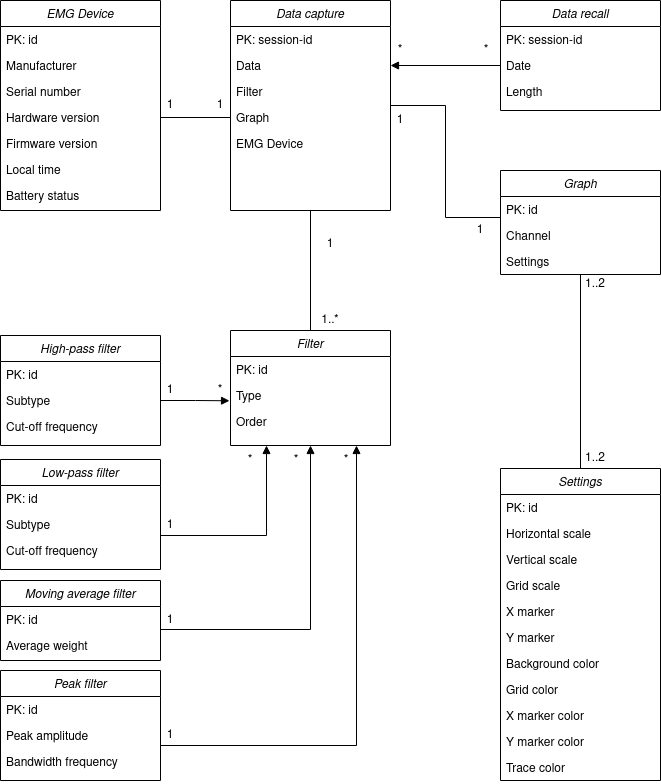
Before: images/Project Data Classes.png, a diagram exported from draw.io (gmarato/3rq3-softreq). Source tidied: cells renumbered, new cells last; positions are measured from the earlier drawing's top-left corner, leaving out a move shared by most shapes.
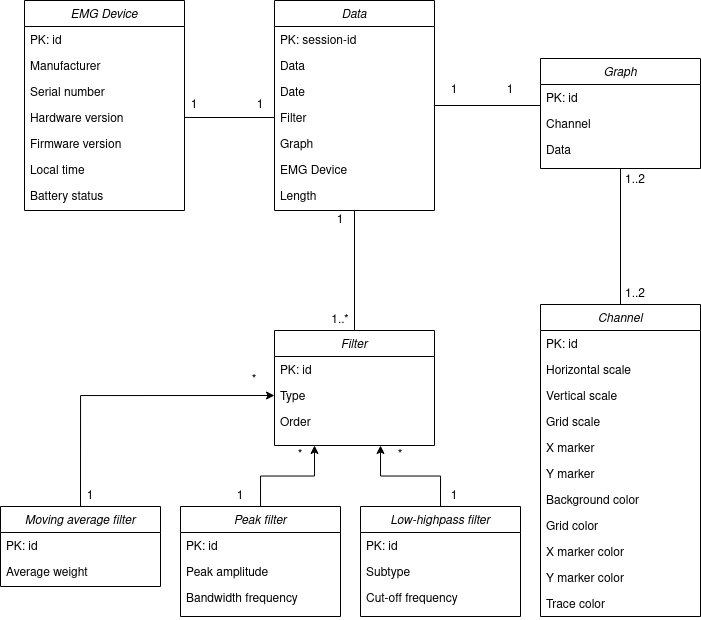
The same file after the commit.

What changed in the source:
```diff
@@ -3,7 +3,7 @@
     <mxCell id="0" />
     <mxCell id="1" parent="0" />
     <mxCell id="2" value="Graph" style="swimlane;fontStyle=2;align=center;verticalAlign=top;horizontal=1;startSize=26;rounded=0;shadow=0;strokeWidth=1;" parent="1" vertex="1">
-      <mxGeometry x="500" y="170" width="160" height="104" as="geometry" />
+      <mxGeometry x="516" y="58" width="160" height="110" as="geometry" />
     </mxCell>
     <mxCell id="3" value="PK: id" style="text;align=left;verticalAlign=top;spacingLeft=4;spacingRight=4;overflow=hidden;" parent="2" vertex="1">
       <mxGeometry y="26" width="160" height="26" as="geometry" />
@@ -11,9 +11,9 @@
     <mxCell id="4" value="Channel" style="text;align=left;verticalAlign=top;spacingLeft=4;spacingRight=4;overflow=hidden;points=[[0,0.5],[1,0.5]];portConstraint=eastwest;rounded=0;shadow=0;html=0;" parent="2" vertex="1">
       <mxGeometry y="52" width="160" height="26" as="geometry" />
     </mxCell>
-    <mxCell id="5" value="Settings" style="text;align=left;verticalAlign=top;spacingLeft=4;spacingRight=4;overflow=hidden;rounded=0;shadow=0;html=0;" parent="2" vertex="1">
-      <mxGeometry y="78" width="160" height="26" as="geometry" />
-    </mxCell>
+    <mxCell id="83" value="Data" style="text;align=left;verticalAlign=top;spacingLeft=4;spacingRight=4;overflow=hidden;rounded=0;shadow=0;html=0;" parent="2" vertex="1">
+      <mxGeometry y="78" width="160" height="26" as="geometry" />
+    </mxCell>
     <mxCell id="6" value="EMG Device" style="swimlane;fontStyle=2;align=center;verticalAlign=top;horizontal=1;startSize=26;rounded=0;shadow=0;strokeWidth=1;" parent="1" vertex="1">
       <mxGeometry width="160" height="210" as="geometry" />
     </mxCell>
@@ -41,8 +41,8 @@
     <mxCell id="14" style="edgeStyle=orthogonalEdgeStyle;rounded=0;jettySize=auto;html=1;exitX=1;exitY=0.5;exitDx=0;exitDy=0;entryX=0;entryY=-0.192;entryDx=0;entryDy=0;entryPerimeter=0;endArrow=none;endFill=0;" parent="1" edge="1" source="15" target="4">
       <mxGeometry relative="1" as="geometry" />
     </mxCell>
-    <mxCell id="15" value="Data capture" style="swimlane;fontStyle=2;align=center;verticalAlign=top;horizontal=1;startSize=26;rounded=0;shadow=0;strokeWidth=1;" parent="1" vertex="1">
-      <mxGeometry x="230" width="160" height="210" as="geometry" />
+    <mxCell id="15" value="Data" style="swimlane;fontStyle=2;align=center;verticalAlign=top;horizontal=1;startSize=26;rounded=0;shadow=0;strokeWidth=1;" parent="1" vertex="1">
+      <mxGeometry x="250" width="160" height="210" as="geometry" />
     </mxCell>
     <mxCell id="16" value="PK: session-id" style="text;align=left;verticalAlign=top;spacingLeft=4;spacingRight=4;overflow=hidden;" parent="15" vertex="1">
       <mxGeometry y="26" width="160" height="26" as="geometry" />
@@ -50,20 +50,26 @@
     <mxCell id="17" value="Data" style="text;align=left;verticalAlign=top;spacingLeft=4;spacingRight=4;overflow=hidden;rounded=0;shadow=0;html=0;" parent="15" vertex="1">
       <mxGeometry y="52" width="160" height="26" as="geometry" />
     </mxCell>
+    <mxCell id="77" value="Date" style="text;align=left;verticalAlign=top;spacingLeft=4;spacingRight=4;overflow=hidden;points=[[0,0.5],[1,0.5]];portConstraint=eastwest;rounded=0;shadow=0;html=0;" parent="15" vertex="1">
+      <mxGeometry y="78" width="160" height="26" as="geometry" />
+    </mxCell>
     <mxCell id="18" value="Filter" style="text;align=left;verticalAlign=top;spacingLeft=4;spacingRight=4;overflow=hidden;points=[[0,0.5],[1,0.5]];portConstraint=eastwest;rounded=0;shadow=0;html=0;" parent="15" vertex="1">
-      <mxGeometry y="78" width="160" height="26" as="geometry" />
+      <mxGeometry y="104" width="160" height="26" as="geometry" />
     </mxCell>
     <mxCell id="19" value="Graph" style="text;align=left;verticalAlign=top;spacingLeft=4;spacingRight=4;overflow=hidden;points=[[0,0.5],[1,0.5]];portConstraint=eastwest;rounded=0;shadow=0;html=0;" parent="15" vertex="1">
-      <mxGeometry y="104" width="160" height="26" as="geometry" />
+      <mxGeometry y="130" width="160" height="26" as="geometry" />
     </mxCell>
     <mxCell id="20" value="EMG Device" style="text;align=left;verticalAlign=top;spacingLeft=4;spacingRight=4;overflow=hidden;rounded=0;shadow=0;html=0;" parent="15" vertex="1">
-      <mxGeometry y="130" width="160" height="26" as="geometry" />
+      <mxGeometry y="156" width="160" height="26" as="geometry" />
     </mxCell>
+    <mxCell id="78" value="Length" style="text;align=left;verticalAlign=top;spacingLeft=4;spacingRight=4;overflow=hidden;rounded=0;shadow=0;html=0;" parent="15" vertex="1">
+      <mxGeometry y="182" width="160" height="26" as="geometry" />
+    </mxCell>
     <mxCell id="21" style="edgeStyle=orthogonalEdgeStyle;rounded=0;jettySize=auto;html=1;exitX=0.5;exitY=0;exitDx=0;exitDy=0;entryX=0.5;entryY=1;entryDx=0;entryDy=0;endArrow=none;endFill=0;" parent="1" edge="1" source="22" target="15">
       <mxGeometry relative="1" as="geometry" />
     </mxCell>
     <mxCell id="22" value="Filter" style="swimlane;fontStyle=2;align=center;verticalAlign=top;horizontal=1;startSize=26;rounded=0;shadow=0;strokeWidth=1;" parent="1" vertex="1">
-      <mxGeometry x="230" y="330" width="160" height="115" as="geometry" />
+      <mxGeometry x="250" y="330" width="160" height="115" as="geometry" />
     </mxCell>
     <mxCell id="23" value="PK: id" style="text;align=left;verticalAlign=top;spacingLeft=4;spacingRight=4;overflow=hidden;" parent="22" vertex="1">
       <mxGeometry y="26" width="160" height="26" as="geometry" />
@@ -74,20 +80,13 @@
     <mxCell id="25" value="Order" style="text;align=left;verticalAlign=top;spacingLeft=4;spacingRight=4;overflow=hidden;rounded=0;shadow=0;html=0;" parent="22" vertex="1">
       <mxGeometry y="78" width="160" height="26" as="geometry" />
     </mxCell>
-    <mxCell id="26" value="Low-pass filter" style="swimlane;fontStyle=2;align=center;verticalAlign=top;horizontal=1;startSize=26;rounded=0;shadow=0;strokeWidth=1;" parent="1" vertex="1">
-      <mxGeometry y="459" width="160" height="110" as="geometry" />
-    </mxCell>
-    <mxCell id="27" value="PK: id" style="text;align=left;verticalAlign=top;spacingLeft=4;spacingRight=4;overflow=hidden;" parent="26" vertex="1">
-      <mxGeometry y="26" width="160" height="26" as="geometry" />
-    </mxCell>
-    <mxCell id="28" value="Subtype" style="text;align=left;verticalAlign=top;spacingLeft=4;spacingRight=4;overflow=hidden;points=[[0,0.5],[1,0.5]];portConstraint=eastwest;rounded=0;shadow=0;html=0;" parent="26" vertex="1">
-      <mxGeometry y="52" width="160" height="26" as="geometry" />
-    </mxCell>
-    <mxCell id="29" value="Cut-off frequency" style="text;align=left;verticalAlign=top;spacingLeft=4;spacingRight=4;overflow=hidden;rounded=0;shadow=0;html=0;" parent="26" vertex="1">
-      <mxGeometry y="78" width="160" height="26" as="geometry" />
-    </mxCell>
+    <mxCell id="84" style="edgeStyle=orthogonalEdgeStyle;rounded=0;jettySize=auto;html=1;exitX=0.5;exitY=0;exitDx=0;exitDy=0;endArrow=classic;endFill=1;" parent="1" edge="1" source="30">
+      <mxGeometry relative="1" as="geometry">
+        <mxPoint x="356" y="445" as="targetPoint" />
+      </mxGeometry>
+    </mxCell>
-    <mxCell id="30" value="High-pass filter" style="swimlane;fontStyle=2;align=center;verticalAlign=top;horizontal=1;startSize=26;rounded=0;shadow=0;strokeWidth=1;" parent="1" vertex="1">
-      <mxGeometry y="335" width="160" height="110" as="geometry" />
+    <mxCell id="30" value="Low-highpass filter" style="swimlane;fontStyle=2;align=center;verticalAlign=top;horizontal=1;startSize=26;rounded=0;shadow=0;strokeWidth=1;" parent="1" vertex="1">
+      <mxGeometry x="336" y="506" width="160" height="110" as="geometry" />
     </mxCell>
     <mxCell id="31" value="PK: id" style="text;align=left;verticalAlign=top;spacingLeft=4;spacingRight=4;overflow=hidden;" parent="30" vertex="1">
       <mxGeometry y="26" width="160" height="26" as="geometry" />
@@ -98,8 +97,11 @@
     <mxCell id="33" value="Cut-off frequency" style="text;align=left;verticalAlign=top;spacingLeft=4;spacingRight=4;overflow=hidden;rounded=0;shadow=0;html=0;" parent="30" vertex="1">
       <mxGeometry y="78" width="160" height="26" as="geometry" />
     </mxCell>
+    <mxCell id="85" style="edgeStyle=orthogonalEdgeStyle;rounded=0;jettySize=auto;html=1;exitX=0.5;exitY=0;exitDx=0;exitDy=0;entryX=0.25;entryY=1;entryDx=0;entryDy=0;endArrow=classic;endFill=1;" parent="1" edge="1" source="34" target="22">
+      <mxGeometry relative="1" as="geometry" />
+    </mxCell>
     <mxCell id="34" value="Peak filter" style="swimlane;fontStyle=2;align=center;verticalAlign=top;horizontal=1;startSize=26;rounded=0;shadow=0;strokeWidth=1;" parent="1" vertex="1">
-      <mxGeometry y="670" width="160" height="110" as="geometry" />
+      <mxGeometry x="156" y="506" width="160" height="110" as="geometry" />
     </mxCell>
     <mxCell id="35" value="PK: id" style="text;align=left;verticalAlign=top;spacingLeft=4;spacingRight=4;overflow=hidden;" parent="34" vertex="1">
       <mxGeometry y="26" width="160" height="26" as="geometry" />
@@ -110,8 +112,11 @@
     <mxCell id="37" value="Bandwidth frequency" style="text;align=left;verticalAlign=top;spacingLeft=4;spacingRight=4;overflow=hidden;rounded=0;shadow=0;html=0;" parent="34" vertex="1">
       <mxGeometry y="78" width="160" height="26" as="geometry" />
     </mxCell>
+    <mxCell id="86" style="edgeStyle=orthogonalEdgeStyle;rounded=0;jettySize=auto;html=1;exitX=0.5;exitY=0;exitDx=0;exitDy=0;entryX=0;entryY=0.5;entryDx=0;entryDy=0;endArrow=classic;endFill=1;" parent="1" edge="1" source="38" target="24">
+      <mxGeometry relative="1" as="geometry" />
+    </mxCell>
     <mxCell id="38" value="Moving average filter" style="swimlane;fontStyle=2;align=center;verticalAlign=top;horizontal=1;startSize=26;rounded=0;shadow=0;strokeWidth=1;" parent="1" vertex="1">
-      <mxGeometry y="580" width="160" height="80" as="geometry" />
+      <mxGeometry x="-24" y="506" width="160" height="80" as="geometry" />
     </mxCell>
     <mxCell id="39" value="PK: id" style="text;align=left;verticalAlign=top;spacingLeft=4;spacingRight=4;overflow=hidden;points=[[0,0.5],[1,0.5]];portConstraint=eastwest;" parent="38" vertex="1">
       <mxGeometry y="26" width="160" height="26" as="geometry" />
@@ -119,16 +124,11 @@
     <mxCell id="40" value="Average weight" style="text;align=left;verticalAlign=top;spacingLeft=4;spacingRight=4;overflow=hidden;rounded=0;shadow=0;html=0;" parent="38" vertex="1">
       <mxGeometry y="52" width="160" height="26" as="geometry" />
     </mxCell>
-    <mxCell id="41" style="edgeStyle=orthogonalEdgeStyle;rounded=0;jettySize=auto;html=1;exitX=0.5;exitY=0;exitDx=0;exitDy=0;entryX=0.5;entryY=1;entryDx=0;entryDy=0;endArrow=none;endFill=0;" parent="1" edge="1" target="2">
-      <mxGeometry relative="1" as="geometry">
-        <mxPoint x="580" y="330" as="sourcePoint" />
-      </mxGeometry>
-    </mxCell>
-    <mxCell id="42" style="edgeStyle=orthogonalEdgeStyle;rounded=0;jettySize=auto;html=1;exitX=0.5;exitY=0;exitDx=0;exitDy=0;entryX=0;entryY=1;entryDx=0;entryDy=0;endArrow=none;endFill=0;" parent="1" edge="1" source="43" target="59">
-      <mxGeometry relative="1" as="geometry" />
-    </mxCell>
+    <mxCell id="87" style="edgeStyle=orthogonalEdgeStyle;rounded=0;jettySize=auto;html=1;exitX=0.5;exitY=0;exitDx=0;exitDy=0;entryX=0.5;entryY=1;entryDx=0;entryDy=0;endArrow=none;endFill=0;" parent="1" edge="1" source="43" target="2">
+      <mxGeometry relative="1" as="geometry" />
+    </mxCell>
-    <mxCell id="43" value="Settings" style="swimlane;fontStyle=2;align=center;verticalAlign=top;horizontal=1;startSize=26;rounded=0;shadow=0;strokeWidth=1;" parent="1" vertex="1">
-      <mxGeometry x="500" y="468" width="160" height="312" as="geometry" />
+    <mxCell id="43" value="Channel" style="swimlane;fontStyle=2;align=center;verticalAlign=top;horizontal=1;startSize=26;rounded=0;shadow=0;strokeWidth=1;" parent="1" vertex="1">
+      <mxGeometry x="516" y="304" width="160" height="312" as="geometry" />
     </mxCell>
     <mxCell id="44" value="PK: id" style="text;align=left;verticalAlign=top;spacingLeft=4;spacingRight=4;overflow=hidden;" parent="43" vertex="1">
       <mxGeometry y="26" width="160" height="26" as="geometry" />
@@ -167,109 +167,46 @@
       <mxGeometry x="150" y="95" width="40" height="20" as="geometry" />
     </mxCell>
     <mxCell id="56" value="1" style="text;html=1;strokeColor=none;fillColor=none;align=center;verticalAlign=middle;whiteSpace=wrap;rounded=0;" parent="1" vertex="1">
-      <mxGeometry x="200" y="95" width="40" height="20" as="geometry" />
+      <mxGeometry x="216" y="95" width="40" height="20" as="geometry" />
     </mxCell>
     <mxCell id="57" value="1" style="text;html=1;strokeColor=none;fillColor=none;align=center;verticalAlign=middle;whiteSpace=wrap;rounded=0;" parent="1" vertex="1">
-      <mxGeometry x="380" y="110" width="40" height="20" as="geometry" />
+      <mxGeometry x="410" y="80" width="40" height="20" as="geometry" />
     </mxCell>
-    <mxCell id="58" value="1" style="text;html=1;strokeColor=none;fillColor=none;align=center;verticalAlign=middle;whiteSpace=wrap;rounded=0;" parent="1" vertex="1">
-      <mxGeometry x="460" y="220" width="40" height="20" as="geometry" />
-    </mxCell>
     <mxCell id="59" value="1..2" style="text;html=1;strokeColor=none;fillColor=none;align=center;verticalAlign=middle;whiteSpace=wrap;rounded=0;" parent="1" vertex="1">
-      <mxGeometry x="580" y="274" width="30" height="20" as="geometry" />
+      <mxGeometry x="596" y="284" width="30" height="20" as="geometry" />
     </mxCell>
     <mxCell id="60" value="1..2" style="text;html=1;strokeColor=none;fillColor=none;align=center;verticalAlign=middle;whiteSpace=wrap;rounded=0;" parent="1" vertex="1">
-      <mxGeometry x="575" y="448" width="40" height="20" as="geometry" />
+      <mxGeometry x="591" y="170" width="40" height="20" as="geometry" />
     </mxCell>
     <mxCell id="61" value="1" style="text;html=1;strokeColor=none;fillColor=none;align=center;verticalAlign=middle;whiteSpace=wrap;rounded=0;" parent="1" vertex="1">
-      <mxGeometry x="310" y="234" width="40" height="20" as="geometry" />
+      <mxGeometry x="296" y="210" width="40" height="20" as="geometry" />
     </mxCell>
     <mxCell id="62" value="1..*" style="text;html=1;strokeColor=none;fillColor=none;align=center;verticalAlign=middle;whiteSpace=wrap;rounded=0;" parent="1" vertex="1">
-      <mxGeometry x="310" y="310" width="40" height="20" as="geometry" />
+      <mxGeometry x="296" y="310" width="40" height="20" as="geometry" />
     </mxCell>
-    <mxCell id="63" style="edgeStyle=orthogonalEdgeStyle;rounded=0;jettySize=auto;html=1;exitX=1;exitY=0.5;exitDx=0;exitDy=0;entryX=-0.006;entryY=0.703;entryDx=0;entryDy=0;entryPerimeter=0;endArrow=block;endFill=1;" parent="1" edge="1" source="32" target="24">
-      <mxGeometry relative="1" as="geometry">
-        <Array as="points">
-          <mxPoint x="195" y="400" />
-        </Array>
-      </mxGeometry>
-    </mxCell>
-    <mxCell id="64" style="edgeStyle=orthogonalEdgeStyle;rounded=0;jettySize=auto;html=1;exitX=1;exitY=0.5;exitDx=0;exitDy=0;endArrow=block;endFill=1;" parent="1" edge="1" source="28">
-      <mxGeometry relative="1" as="geometry">
-        <mxPoint x="266" y="445" as="targetPoint" />
-        <Array as="points">
-          <mxPoint x="266" y="535" />
-          <mxPoint x="266" y="445" />
-        </Array>
-      </mxGeometry>
-    </mxCell>
-    <mxCell id="65" style="edgeStyle=orthogonalEdgeStyle;rounded=0;jettySize=auto;html=1;exitX=1;exitY=0.5;exitDx=0;exitDy=0;endArrow=block;endFill=1;" parent="1" edge="1" source="39">
-      <mxGeometry relative="1" as="geometry">
-        <mxPoint x="310" y="445" as="targetPoint" />
-        <Array as="points">
-          <mxPoint x="310" y="629" />
-          <mxPoint x="310" y="445" />
-        </Array>
-      </mxGeometry>
-    </mxCell>
-    <mxCell id="66" style="edgeStyle=orthogonalEdgeStyle;rounded=0;jettySize=auto;html=1;exitX=1;exitY=0.5;exitDx=0;exitDy=0;endArrow=block;endFill=1;" parent="1" edge="1" source="36">
-      <mxGeometry relative="1" as="geometry">
-        <mxPoint x="356" y="445" as="targetPoint" />
-        <Array as="points">
-          <mxPoint x="356" y="745" />
-          <mxPoint x="356" y="445" />
-        </Array>
-      </mxGeometry>
-    </mxCell>
     <mxCell id="67" value="1" style="text;html=1;strokeColor=none;fillColor=none;align=center;verticalAlign=middle;whiteSpace=wrap;rounded=0;" parent="1" vertex="1">
-      <mxGeometry x="150" y="380" width="40" height="20" as="geometry" />
+      <mxGeometry x="410" y="486" width="40" height="20" as="geometry" />
     </mxCell>
     <mxCell id="68" value="*" style="text;html=1;strokeColor=none;fillColor=none;align=center;verticalAlign=middle;whiteSpace=wrap;rounded=0;" parent="1" vertex="1">
-      <mxGeometry x="200" y="380" width="40" height="20" as="geometry" />
+      <mxGeometry x="356" y="445" width="40" height="20" as="geometry" />
     </mxCell>
-    <mxCell id="69" value="1" style="text;html=1;strokeColor=none;fillColor=none;align=center;verticalAlign=middle;whiteSpace=wrap;rounded=0;" parent="1" vertex="1">
-      <mxGeometry x="150" y="515" width="40" height="20" as="geometry" />
-    </mxCell>
-    <mxCell id="70" value="*" style="text;html=1;strokeColor=none;fillColor=none;align=center;verticalAlign=middle;whiteSpace=wrap;rounded=0;" parent="1" vertex="1">
-      <mxGeometry x="230" y="450" width="40" height="20" as="geometry" />
-    </mxCell>
-    <mxCell id="71" value="*" style="text;html=1;strokeColor=none;fillColor=none;align=center;verticalAlign=middle;whiteSpace=wrap;rounded=0;" parent="1" vertex="1">
-      <mxGeometry x="276" y="450" width="40" height="20" as="geometry" />
-    </mxCell>
-    <mxCell id="72" value="*" style="text;html=1;strokeColor=none;fillColor=none;align=center;verticalAlign=middle;whiteSpace=wrap;rounded=0;" parent="1" vertex="1">
-      <mxGeometry x="326" y="450" width="40" height="20" as="geometry" />
-    </mxCell>
-    <mxCell id="73" value="1" style="text;html=1;strokeColor=none;fillColor=none;align=center;verticalAlign=middle;whiteSpace=wrap;rounded=0;" parent="1" vertex="1">
-      <mxGeometry x="150" y="610" width="40" height="20" as="geometry" />
-    </mxCell>
-    <mxCell id="74" value="1" style="text;html=1;strokeColor=none;fillColor=none;align=center;verticalAlign=middle;whiteSpace=wrap;rounded=0;" parent="1" vertex="1">
-      <mxGeometry x="150" y="725" width="40" height="20" as="geometry" />
-    </mxCell>
-    <mxCell id="75" value="Data recall" style="swimlane;fontStyle=2;align=center;verticalAlign=top;horizontal=1;startSize=26;rounded=0;shadow=0;strokeWidth=1;" parent="1" vertex="1">
-      <mxGeometry x="500" width="160" height="110" as="geometry" />
-    </mxCell>
-    <mxCell id="76" value="PK: session-id" style="text;align=left;verticalAlign=top;spacingLeft=4;spacingRight=4;overflow=hidden;" parent="75" vertex="1">
-      <mxGeometry y="26" width="160" height="26" as="geometry" />
-    </mxCell>
-    <mxCell id="77" value="Date" style="text;align=left;verticalAlign=top;spacingLeft=4;spacingRight=4;overflow=hidden;points=[[0,0.5],[1,0.5]];portConstraint=eastwest;rounded=0;shadow=0;html=0;" parent="75" vertex="1">
-      <mxGeometry y="52" width="160" height="26" as="geometry" />
-    </mxCell>
-    <mxCell id="78" value="Length" style="text;align=left;verticalAlign=top;spacingLeft=4;spacingRight=4;overflow=hidden;rounded=0;shadow=0;html=0;" parent="75" vertex="1">
-      <mxGeometry y="78" width="160" height="26" as="geometry" />
-    </mxCell>
-    <mxCell id="79" style="edgeStyle=orthogonalEdgeStyle;rounded=0;jettySize=auto;html=1;exitX=0;exitY=0.5;exitDx=0;exitDy=0;startArrow=none;startFill=0;endArrow=block;endFill=1;" parent="1" edge="1" source="77">
-      <mxGeometry relative="1" as="geometry">
-        <mxPoint x="390" y="65" as="targetPoint" />
-      </mxGeometry>
-    </mxCell>
-    <mxCell id="80" style="edgeStyle=orthogonalEdgeStyle;rounded=0;jettySize=auto;html=1;exitX=1;exitY=0.5;exitDx=0;exitDy=0;entryX=0;entryY=0.5;entryDx=0;entryDy=0;startArrow=none;startFill=0;endArrow=none;endFill=0;" parent="1" edge="1" source="10" target="19">
-      <mxGeometry relative="1" as="geometry" />
-    </mxCell>
-    <mxCell id="81" value="*" style="text;html=1;strokeColor=none;fillColor=none;align=center;verticalAlign=middle;whiteSpace=wrap;rounded=0;" parent="1" vertex="1">
-      <mxGeometry x="380" y="40" width="40" height="20" as="geometry" />
-    </mxCell>
-    <mxCell id="82" value="*" style="text;html=1;strokeColor=none;fillColor=none;align=center;verticalAlign=middle;whiteSpace=wrap;rounded=0;" parent="1" vertex="1">
-      <mxGeometry x="466" y="40" width="40" height="20" as="geometry" />
-    </mxCell>
+    <mxCell id="88" value="1" style="text;html=1;strokeColor=none;fillColor=none;align=center;verticalAlign=middle;whiteSpace=wrap;rounded=0;" parent="1" vertex="1">
+      <mxGeometry x="466" y="80" width="40" height="20" as="geometry" />
+    </mxCell>
+    <mxCell id="89" style="edgeStyle=orthogonalEdgeStyle;rounded=0;jettySize=auto;html=1;exitX=1;exitY=0.5;exitDx=0;exitDy=0;entryX=0;entryY=0.5;entryDx=0;entryDy=0;endArrow=none;endFill=0;" parent="1" edge="1" source="10" target="18">
+      <mxGeometry relative="1" as="geometry" />
+    </mxCell>
+    <mxCell id="90" value="*" style="text;html=1;strokeColor=none;fillColor=none;align=center;verticalAlign=middle;whiteSpace=wrap;rounded=0;" parent="1" vertex="1">
+      <mxGeometry x="256" y="445" width="40" height="20" as="geometry" />
+    </mxCell>
+    <mxCell id="91" value="1" style="text;html=1;strokeColor=none;fillColor=none;align=center;verticalAlign=middle;whiteSpace=wrap;rounded=0;" parent="1" vertex="1">
+      <mxGeometry x="196" y="486" width="40" height="20" as="geometry" />
+    </mxCell>
+    <mxCell id="92" value="1" style="text;html=1;strokeColor=none;fillColor=none;align=center;verticalAlign=middle;whiteSpace=wrap;rounded=0;" parent="1" vertex="1">
+      <mxGeometry x="46" y="486" width="40" height="20" as="geometry" />
+    </mxCell>
+    <mxCell id="93" value="*" style="text;html=1;strokeColor=none;fillColor=none;align=center;verticalAlign=middle;whiteSpace=wrap;rounded=0;" parent="1" vertex="1">
+      <mxGeometry x="210" y="370" width="40" height="20" as="geometry" />
+    </mxCell>
   </root>
 </mxGraphModel>
```
